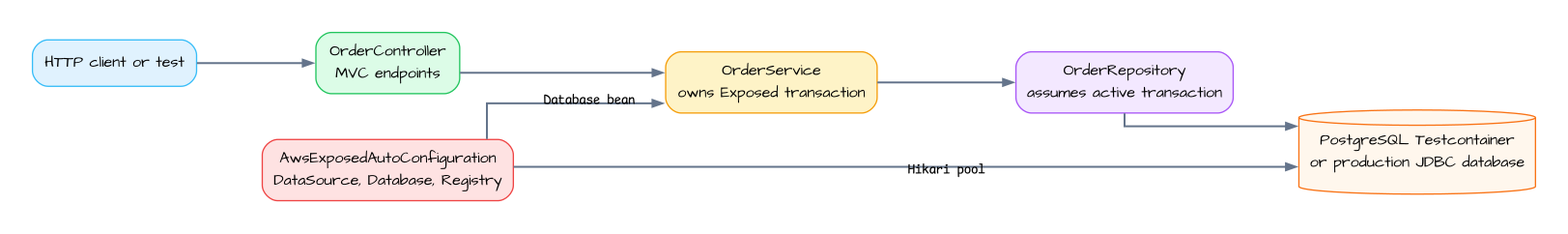
This is docs/images/readme-diagrams/examples-aws-spring-boot-exposed-examples-architecture-01.png from bluetape4k/bluetape4k-aws, a Graphviz export, as it was before one commit. Its source is kept beside it as docs/images/readme-diagrams/examples-aws-spring-boot-exposed-examples-architecture-01.dot.
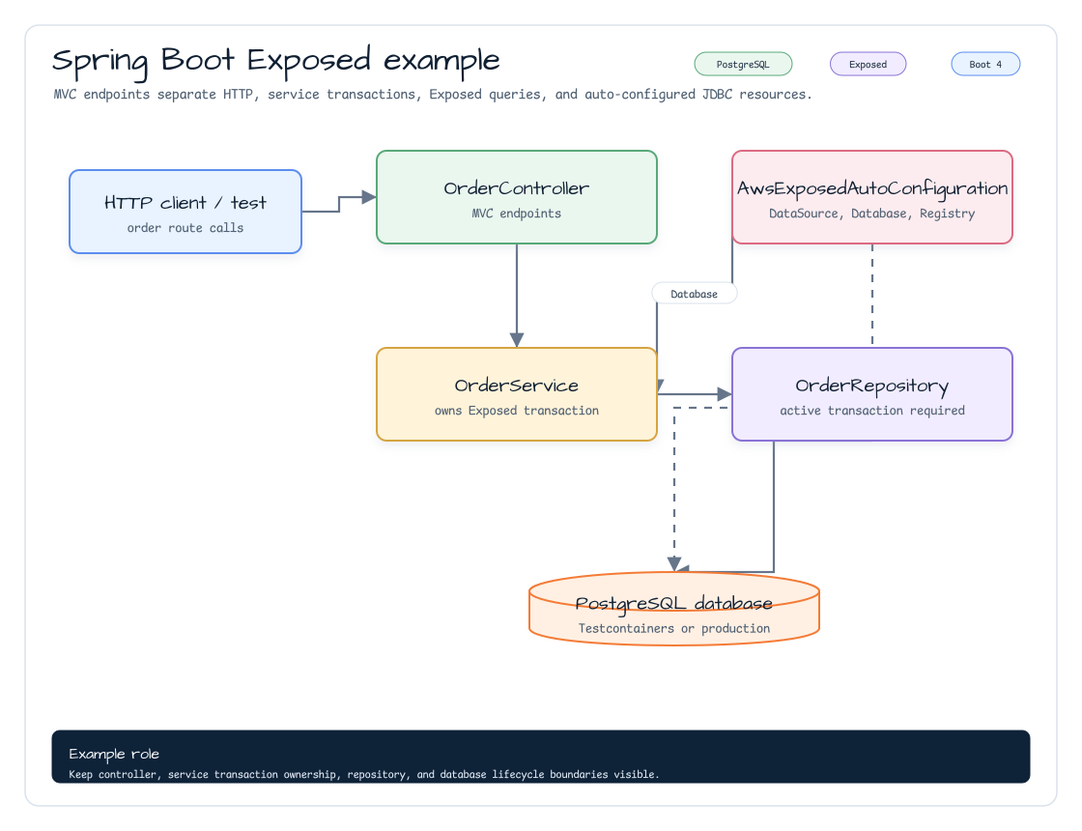
After the change.

What changed in the source:
```diff
@@ -1,19 +1,17 @@
-digraph SpringExposedExamplesArchitecture {
-  graph [rankdir=LR, bgcolor="#ffffff", pad=0.35, nodesep=0.45, ranksep=0.70, splines=ortho]
+digraph examples_aws_spring_boot_exposed_examples_architecture_01 {
+  graph [rankdir=TB, bgcolor="#ffffff", pad=0.35, nodesep=0.48, ranksep=0.70, splines=ortho]
   node [shape=box, style="rounded,filled", fontname="Architects Daughter", fontsize=12, margin="0.14,0.09", color="#94a3b8", fillcolor="#f8fafc"]
   edge [fontname="Comic Mono", fontsize=10, color="#64748b", penwidth=1.5, arrowsize=0.75]
-
-  client [label="HTTP client or test", fillcolor="#e0f2fe", color="#38bdf8"]
-  controller [label="OrderController\nMVC endpoints", fillcolor="#dcfce7", color="#22c55e"]
-  service [label="OrderService\nowns Exposed transaction", fillcolor="#fef3c7", color="#f59e0b"]
-  repo [label="OrderRepository\nassumes active transaction", fillcolor="#f3e8ff", color="#a855f7"]
-  autoconfig [label="AwsExposedAutoConfiguration\nDataSource, Database, Registry", fillcolor="#fee2e2", color="#ef4444"]
-  pg [label="PostgreSQL Testcontainer\nor production JDBC database", shape=cylinder, fillcolor="#fff7ed", color="#f97316"]
-
+  client [label="HTTP client / test\norder route calls", fillcolor="#E8F3FF", color="#5B8DEF"]
+  controller [label="OrderController\nMVC endpoints", fillcolor="#EAF7EF", color="#58A978"]
+  service [label="OrderService\nowns Exposed transaction", fillcolor="#FFF3D9", color="#D6A441"]
+  repo [label="OrderRepository\nactive transaction required", fillcolor="#F1ECFF", color="#8A72D6"]
+  auto [label="AwsExposedAutoConfiguration\nDataSource, Database, Registry", fillcolor="#FDECEF", color="#DC6B82"]
+  pg [label="PostgreSQL database\nTestcontainers or production", fillcolor="#FFF0E3", color="#F47B36", shape=cylinder]
   client -> controller
   controller -> service
   service -> repo
-  autoconfig -> service [label="Database bean"]
+  auto -> service [label="Database"]
   repo -> pg
-  autoconfig -> pg [label="Hikari pool"]
+  auto -> pg [label="pool"]
 }
```
